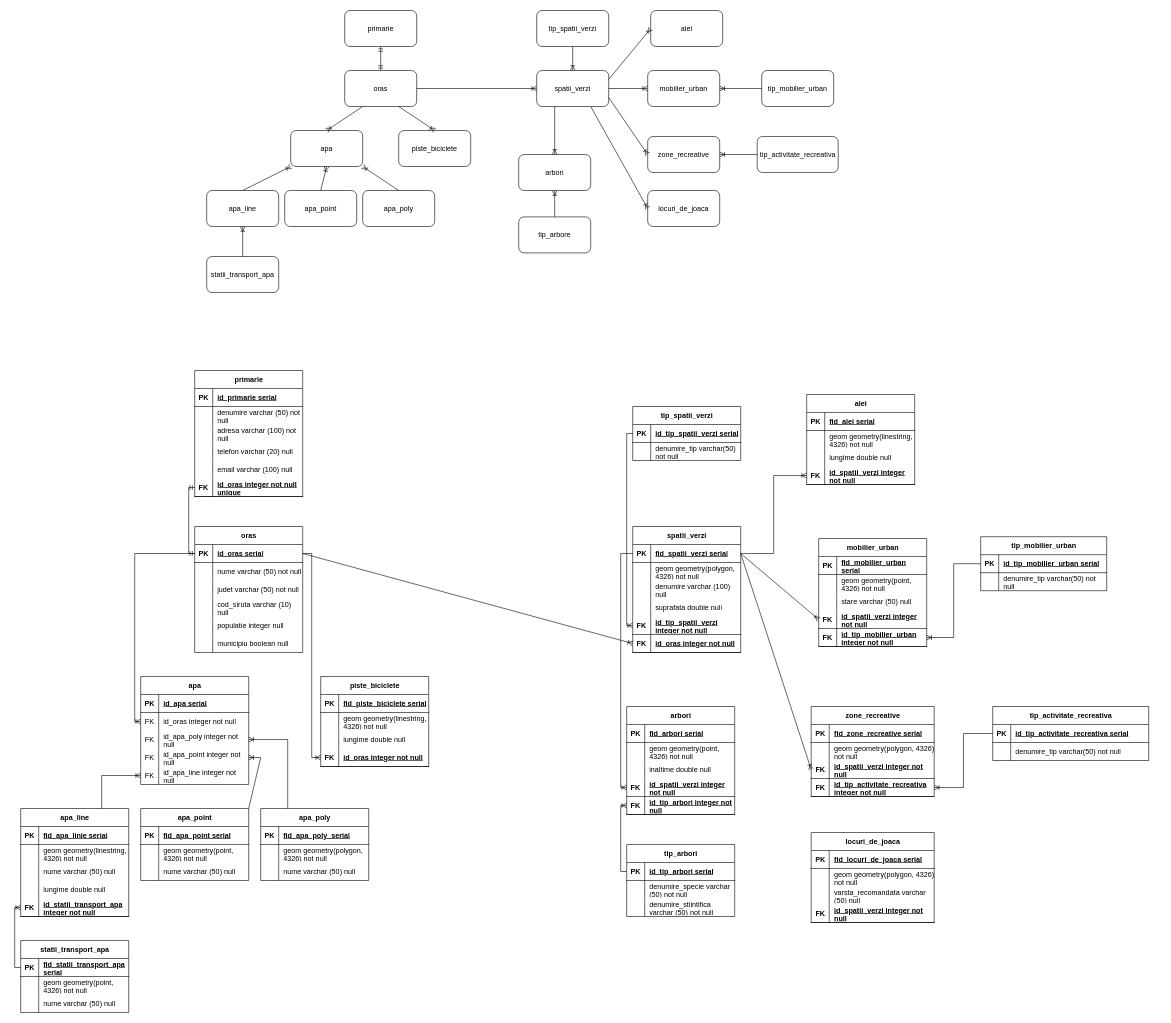
The draw.io diagram Diagramă fără titlu.drawio in AdelaLukacs/examen_sem_II_lukacs_adela, before the edit. Source tidied: cells renumbered, new cells numbered last; positions are measured from the earlier drawing's top-left corner, leaving out a move shared by most shapes. Both pictures are drawn from the tidied source at 60%, with x=0, y=0 at pixel (20, 10).
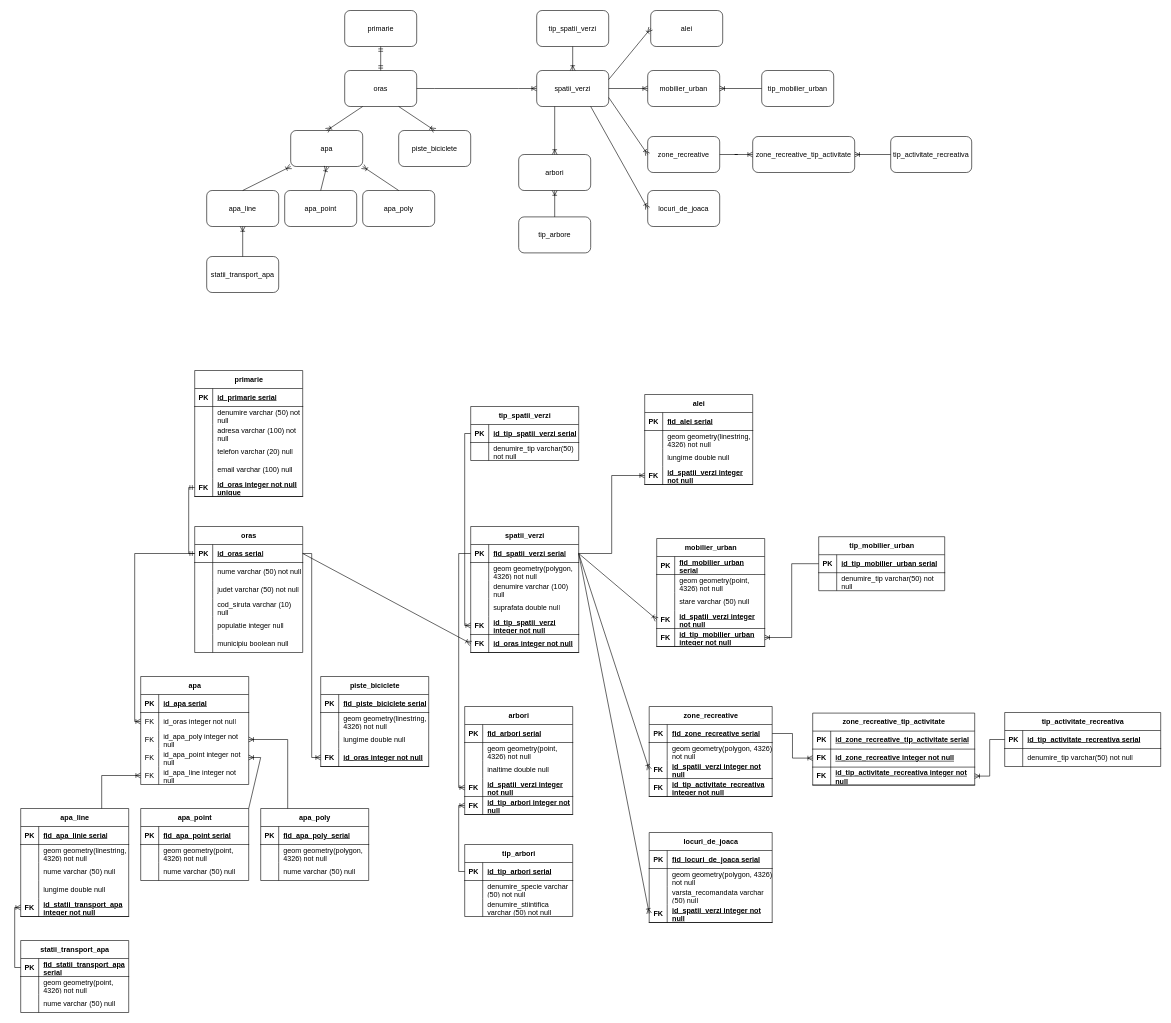
The same diagram, later.

Unchanged cells that the change refers to:
```xml
<mxCell id="19" value="zone_recreative" style="rounded=1;whiteSpace=wrap;html=1;" parent="1" vertex="1">
  <mxGeometry x="1045" y="210" width="120" height="60" as="geometry" />
</mxCell>
<mxCell id="158" style="shape=tableRow;horizontal=0;startSize=0;swimlaneHead=0;swimlaneBody=0;fillColor=none;points=[[0,0.5],[1,0.5]];portConstraint=eastwest;top=0;left=0;right=0;bottom=1;" parent="157" vertex="1">
  <mxGeometry y="30" width="180" height="30" as="geometry" />
</mxCell>
<mxCell id="253" style="shape=tableRow;horizontal=0;startSize=0;swimlaneHead=0;swimlaneBody=0;fillColor=none;points=[[0,0.5],[1,0.5]];portConstraint=eastwest;top=0;left=0;right=0;bottom=1;" parent="252" vertex="1">
  <mxGeometry y="30" width="205" height="30" as="geometry" />
</mxCell>
<mxCell id="262" style="shape=tableRow;horizontal=0;startSize=0;swimlaneHead=0;swimlaneBody=0;fillColor=none;points=[[0,0.5],[1,0.5]];portConstraint=eastwest;top=0;left=0;right=0;bottom=1;" parent="252" vertex="1">
  <mxGeometry y="120" width="205" height="30" as="geometry" />
</mxCell>
<mxCell id="267" style="shape=tableRow;horizontal=0;startSize=0;swimlaneHead=0;swimlaneBody=0;fillColor=none;points=[[0,0.5],[1,0.5]];portConstraint=eastwest;top=0;left=0;right=0;bottom=1;" parent="266" vertex="1">
  <mxGeometry y="30" width="260" height="30" as="geometry" />
</mxCell>
<mxCell id="284" style="shape=tableRow;horizontal=0;startSize=0;swimlaneHead=0;swimlaneBody=0;fillColor=none;points=[[0,0.5],[1,0.5]];portConstraint=eastwest;top=0;left=0;right=0;bottom=1;" parent="274" vertex="1">
  <mxGeometry y="120" width="205" height="30" as="geometry" />
</mxCell>
```

What changed in the source:
```diff
@@
     <mxCell id="20" value="tip_activitate_recreativa" style="rounded=1;whiteSpace=wrap;html=1;" parent="1" vertex="1">
-      <mxGeometry x="1227.5" y="210" width="135" height="60" as="geometry" />
+      <mxGeometry x="1450" y="210" width="135" height="60" as="geometry" />
     </mxCell>
-    <mxCell id="21" style="fontSize=12;html=1;endArrow=ERoneToMany;rounded=0;exitX=0;exitY=0.5;exitDx=0;exitDy=0;entryX=1;entryY=0.5;entryDx=0;entryDy=0;" parent="1" edge="1" source="20" target="19">
+    <mxCell id="21" style="fontSize=12;html=1;endArrow=ERoneToMany;rounded=0;exitX=0;exitY=0.5;exitDx=0;exitDy=0;entryX=1;entryY=0.5;entryDx=0;entryDy=0;" parent="1" edge="1" source="20" target="288">
       <mxGeometry relative="1" as="geometry" />
     </mxCell>
@@
     <mxCell id="157" value="spatii_verzi" style="shape=table;startSize=30;childLayout=tableLayout;rowLines=0;fontStyle=1;align=center;html=1;" parent="1" vertex="1">
-      <mxGeometry x="1020" y="860" width="180" height="210" as="geometry" />
+      <mxGeometry x="750" y="860" width="180" height="210" as="geometry" />
     </mxCell>
@@
     <mxCell id="176" value="tip_spatii_verzi" style="shape=table;startSize=30;childLayout=tableLayout;rowLines=0;fontStyle=1;align=center;html=1;" parent="1" vertex="1">
-      <mxGeometry x="1020" y="660" width="180" height="90" as="geometry" />
+      <mxGeometry x="750" y="660" width="180" height="90" as="geometry" />
     </mxCell>
@@
     <mxCell id="185" value="alei" style="shape=table;startSize=30;childLayout=tableLayout;rowLines=0;fontStyle=1;align=center;html=1;" parent="1" vertex="1">
-      <mxGeometry x="1310" y="640" width="180" height="150" as="geometry" />
+      <mxGeometry x="1040" y="640" width="180" height="150" as="geometry" />
     </mxCell>
@@
     <mxCell id="199" value="mobilier_urban" style="shape=table;startSize=30;childLayout=tableLayout;rowLines=0;fontStyle=1;align=center;html=1;" parent="1" vertex="1">
-      <mxGeometry x="1330" y="880" width="180" height="180" as="geometry" />
+      <mxGeometry x="1060" y="880" width="180" height="180" as="geometry" />
     </mxCell>
@@
     <mxCell id="215" value="tip_mobilier_urban" style="shape=table;startSize=30;childLayout=tableLayout;rowLines=0;fontStyle=1;align=center;html=1;" parent="1" vertex="1">
-      <mxGeometry x="1600" y="877" width="210" height="90" as="geometry" />
+      <mxGeometry x="1330" y="877" width="210" height="90" as="geometry" />
     </mxCell>
@@
     <mxCell id="224" value="arbori" style="shape=table;startSize=30;childLayout=tableLayout;rowLines=0;fontStyle=1;align=center;html=1;" parent="1" vertex="1">
-      <mxGeometry x="1010" y="1160" width="180" height="180" as="geometry" />
+      <mxGeometry x="740" y="1160" width="180" height="180" as="geometry" />
     </mxCell>
@@
     <mxCell id="241" value="tip_arbori" style="shape=table;startSize=30;childLayout=tableLayout;rowLines=0;fontStyle=1;align=center;html=1;" parent="1" vertex="1">
-      <mxGeometry x="1010" y="1390" width="180" height="120" as="geometry" />
+      <mxGeometry x="740" y="1390" width="180" height="120" as="geometry" />
     </mxCell>
@@
     <mxCell id="252" value="zone_recreative" style="shape=table;startSize=30;childLayout=tableLayout;rowLines=0;fontStyle=1;align=center;html=1;" parent="1" vertex="1">
-      <mxGeometry x="1317.5" y="1160" width="205" height="150" as="geometry" />
+      <mxGeometry x="1047.5" y="1160" width="205" height="150" as="geometry" />
     </mxCell>
@@
     <mxCell id="266" value="tip_activitate_recreativa" style="shape=table;startSize=30;childLayout=tableLayout;rowLines=0;fontStyle=1;align=center;html=1;" parent="1" vertex="1">
-      <mxGeometry x="1620" y="1160" width="260" height="90" as="geometry" />
+      <mxGeometry x="1640" y="1170" width="260" height="90" as="geometry" />
     </mxCell>
@@
-    <mxCell id="273" style="fontSize=12;html=1;endArrow=ERoneToMany;rounded=0;entryX=1;entryY=0.5;entryDx=0;entryDy=0;exitX=0;exitY=0.5;exitDx=0;exitDy=0;edgeStyle=orthogonalEdgeStyle;" parent="1" edge="1" source="267" target="262">
+    <mxCell id="273" style="fontSize=12;html=1;endArrow=ERoneToMany;rounded=0;exitX=0;exitY=0.5;exitDx=0;exitDy=0;edgeStyle=orthogonalEdgeStyle;entryX=1;entryY=0.5;entryDx=0;entryDy=0;" parent="1" edge="1" source="267" target="297">
       <mxGeometry relative="1" as="geometry" />
     </mxCell>
     <mxCell id="274" value="locuri_de_joaca" style="shape=table;startSize=30;childLayout=tableLayout;rowLines=0;fontStyle=1;align=center;html=1;" parent="1" vertex="1">
-      <mxGeometry x="1317.5" y="1370" width="205" height="150" as="geometry" />
+      <mxGeometry x="1047.5" y="1370" width="205" height="150" as="geometry" />
     </mxCell>
@@
+    <mxCell id="287" style="fontSize=12;html=1;endArrow=ERoneToMany;rounded=0;entryX=0;entryY=0.5;entryDx=0;entryDy=0;exitX=1;exitY=0.5;exitDx=0;exitDy=0;" parent="1" edge="1" source="158" target="284">
+      <mxGeometry relative="1" as="geometry" />
+    </mxCell>
+    <mxCell id="288" value="zone_recreative_tip_activitate" style="rounded=1;whiteSpace=wrap;html=1;" parent="1" vertex="1">
+      <mxGeometry x="1220" y="210" width="170" height="60" as="geometry" />
+    </mxCell>
+    <mxCell id="289" style="edgeStyle=entityRelationEdgeStyle;fontSize=12;html=1;endArrow=ERoneToMany;rounded=0;exitX=1;exitY=0.5;exitDx=0;exitDy=0;entryX=0;entryY=0.5;entryDx=0;entryDy=0;" parent="1" edge="1" source="19" target="288">
+      <mxGeometry relative="1" as="geometry" />
+    </mxCell>
+    <mxCell id="290" value="zone_recreative_tip_activitate" style="shape=table;startSize=30;childLayout=tableLayout;rowLines=0;fontStyle=1;align=center;html=1;" parent="1" vertex="1">
+      <mxGeometry x="1320" y="1171" width="270" height="120" as="geometry" />
+    </mxCell>
+    <mxCell id="291" style="shape=tableRow;horizontal=0;startSize=0;swimlaneHead=0;swimlaneBody=0;fillColor=none;top=0;left=0;right=0;bottom=1;" parent="290" vertex="1">
+      <mxGeometry y="30" width="270" height="30" as="geometry" />
+    </mxCell>
+    <mxCell id="292" value="PK" style="shape=partialRectangle;fillColor=none;top=0;left=0;bottom=0;right=0;fontStyle=1;overflow=hidden;whiteSpace=wrap;html=1;" parent="291" vertex="1">
+      <mxGeometry width="30" height="30" as="geometry" />
+    </mxCell>
+    <mxCell id="293" value="id_&lt;span style=&quot;text-align: center; text-wrap-mode: nowrap;&quot;&gt;zone_recreative_tip_activitate&lt;/span&gt;&amp;nbsp;serial" style="shape=partialRectangle;fillColor=none;top=0;left=0;bottom=0;right=0;align=left;spacingLeft=6;fontStyle=5;overflow=hidden;whiteSpace=wrap;html=1;" parent="291" vertex="1">
+      <mxGeometry x="30" width="240" height="30" as="geometry" />
+    </mxCell>
+    <mxCell id="294" style="shape=tableRow;horizontal=0;startSize=0;swimlaneHead=0;swimlaneBody=0;fillColor=none;points=[[0,0.5],[1,0.5]];portConstraint=eastwest;top=0;left=0;right=0;bottom=1;" parent="290" vertex="1">
+      <mxGeometry y="60" width="270" height="30" as="geometry" />
+    </mxCell>
+    <mxCell id="295" value="FK" style="shape=partialRectangle;fillColor=none;top=0;left=0;bottom=0;right=0;fontStyle=1;overflow=hidden;whiteSpace=wrap;html=1;" parent="294" vertex="1">
+      <mxGeometry width="30" height="30" as="geometry" />
+    </mxCell>
+    <mxCell id="296" value="id_zone_recreative integer not null" style="shape=partialRectangle;fillColor=none;top=0;left=0;bottom=0;right=0;align=left;spacingLeft=6;fontStyle=5;overflow=hidden;whiteSpace=wrap;html=1;" parent="294" vertex="1">
+      <mxGeometry x="30" width="240" height="30" as="geometry" />
+    </mxCell>
+    <mxCell id="297" style="shape=tableRow;horizontal=0;startSize=0;swimlaneHead=0;swimlaneBody=0;fillColor=none;points=[[0,0.5],[1,0.5]];portConstraint=eastwest;top=0;left=0;right=0;bottom=1;" parent="290" vertex="1">
+      <mxGeometry y="90" width="270" height="30" as="geometry" />
+    </mxCell>
+    <mxCell id="298" value="FK" style="shape=partialRectangle;fillColor=none;top=0;left=0;bottom=0;right=0;fontStyle=1;overflow=hidden;whiteSpace=wrap;html=1;" parent="297" vertex="1">
+      <mxGeometry width="30" height="30" as="geometry" />
+    </mxCell>
+    <mxCell id="299" value="id_&lt;span style=&quot;text-wrap-mode: nowrap; text-align: center;&quot;&gt;tip_activitate_recreativa&lt;/span&gt;&amp;nbsp;integer not null" style="shape=partialRectangle;fillColor=none;top=0;left=0;bottom=0;right=0;align=left;spacingLeft=6;fontStyle=5;overflow=hidden;whiteSpace=wrap;html=1;" parent="297" vertex="1">
+      <mxGeometry x="30" width="240" height="30" as="geometry" />
+    </mxCell>
+    <mxCell id="300" style="edgeStyle=orthogonalEdgeStyle;fontSize=12;html=1;endArrow=ERoneToMany;rounded=0;exitX=1;exitY=0.5;exitDx=0;exitDy=0;entryX=0;entryY=0.5;entryDx=0;entryDy=0;" parent="1" edge="1" source="253" target="294">
+      <mxGeometry relative="1" as="geometry" />
+    </mxCell>
```
